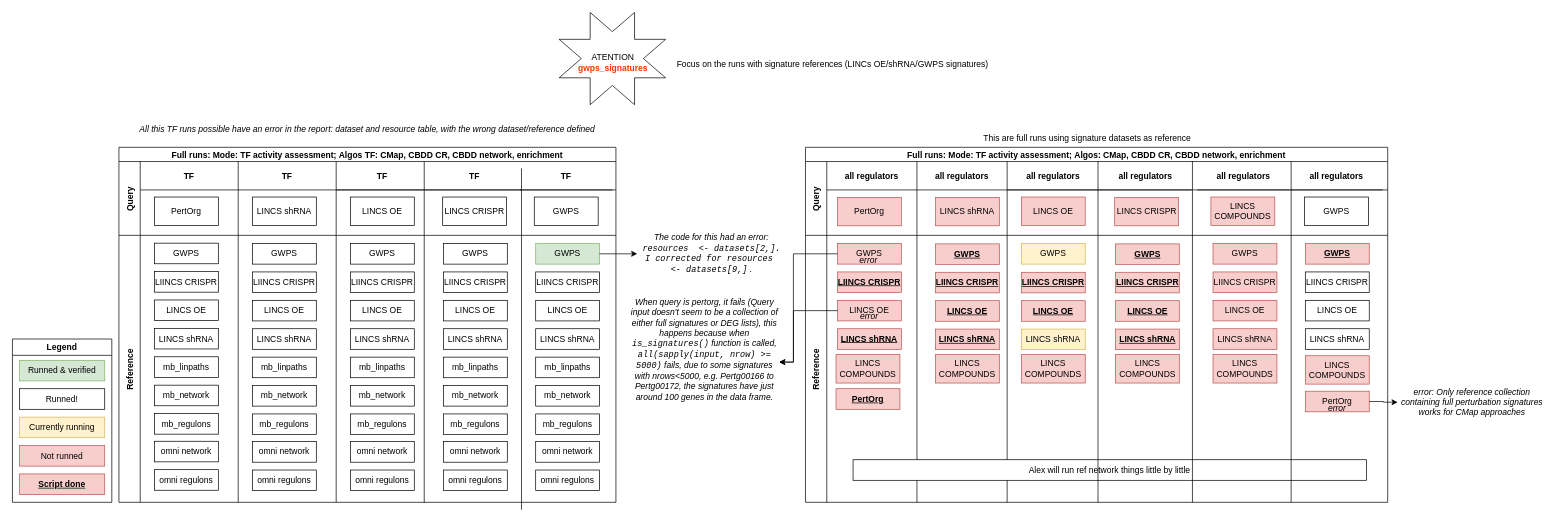
mivgomes/drawio keeps this draw.io diagram as Untitled Diagram.drawio. Above is the earlier version. Source tidied: cells renumbered, new cells numbered last; positions are measured from the earlier drawing's top-left corner, leaving out a move shared by most shapes. Both pictures are drawn from the tidied source at 71%, with x=0, y=0 at pixel (12, 12).
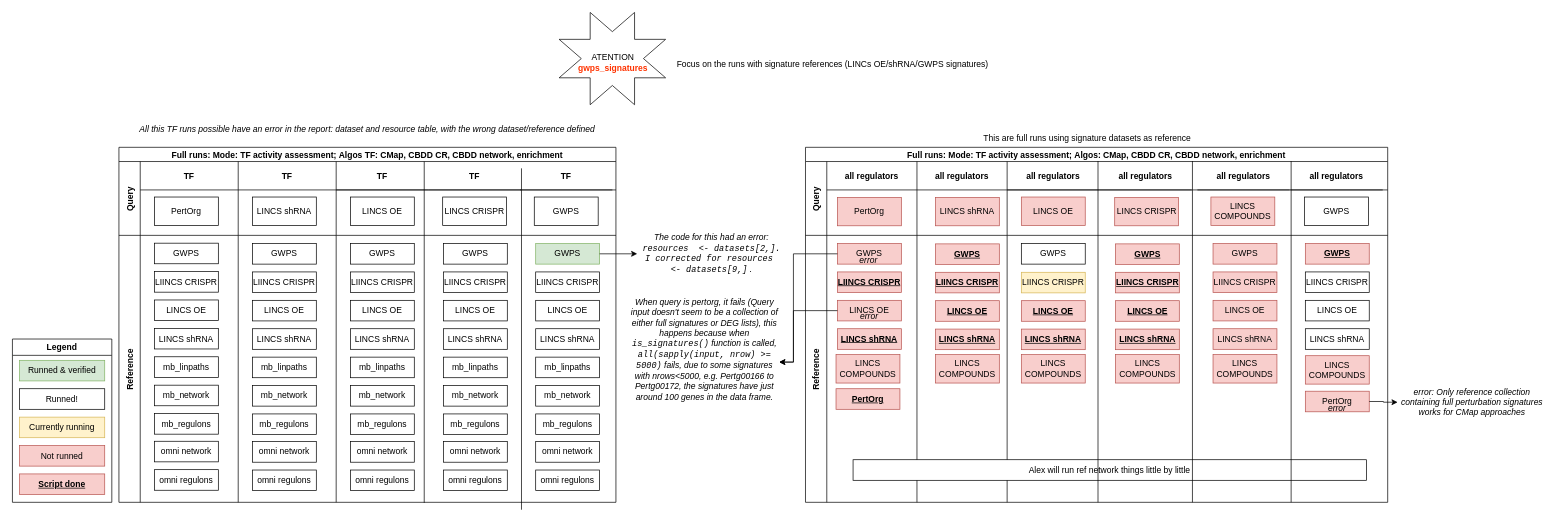
The same diagram, later.

Unchanged cells that the change refers to:
```xml
<mxCell id="99" style="swimlane;swimlaneHead=0;swimlaneBody=0;fillColor=none;startSize=0;fontStyle=1;" parent="81" vertex="1">
  <mxGeometry x="284" width="536" height="376" as="geometry" />
</mxCell>
```

The edit, as a diff of the source:
```diff
@@
-    <mxCell id="108" value="GWPS" style="rounded=0;whiteSpace=wrap;html=1;fillColor=#fff2cc;strokeColor=#d6b656;" parent="99" vertex="1">
+    <mxCell id="108" value="GWPS" style="rounded=0;whiteSpace=wrap;html=1;" parent="99" vertex="1">
       <mxGeometry x="20" y="11.5" width="90" height="29" as="geometry" />
     </mxCell>
-    <mxCell id="109" value="LINCS shRNA" style="rounded=0;whiteSpace=wrap;html=1;fillColor=#fff2cc;strokeColor=#d6b656;" parent="99" vertex="1">
+    <mxCell id="109" value="LINCS shRNA" style="rounded=0;whiteSpace=wrap;html=1;fillColor=#f8cecc;strokeColor=#b85450;fontStyle=5;" parent="99" vertex="1">
       <mxGeometry x="20" y="132" width="90" height="29" as="geometry" />
     </mxCell>
-    <mxCell id="110" value="LIINCS CRISPR" style="rounded=0;whiteSpace=wrap;html=1;fillColor=#f8cecc;strokeColor=#b85450;fontStyle=5;" parent="99" vertex="1">
+    <mxCell id="110" value="LIINCS CRISPR" style="rounded=0;whiteSpace=wrap;html=1;fillColor=#fff2cc;strokeColor=#d6b656;fontStyle=0;" parent="99" vertex="1">
       <mxGeometry x="20" y="52" width="90" height="29" as="geometry" />
     </mxCell>
```
